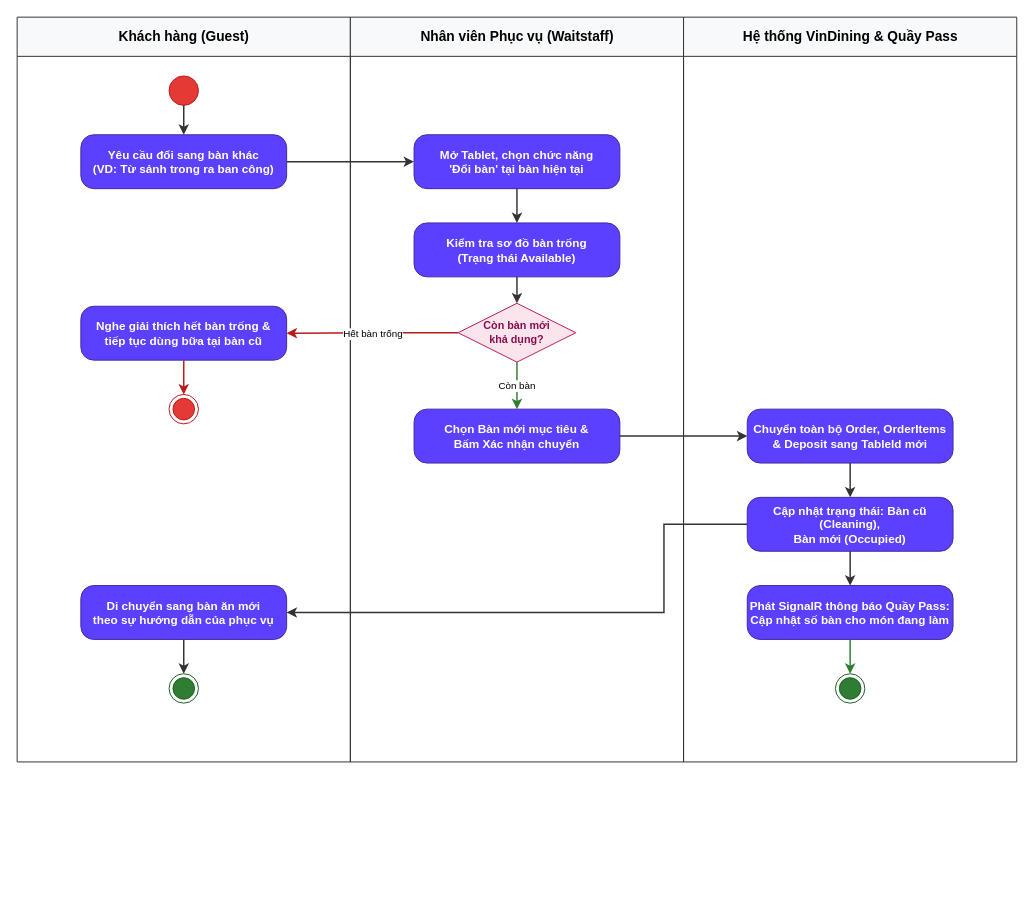
This is docs/phase1/drawio/ad07_change_table.drawio from AndrewQng/VinDining, a draw.io file, before an edit. Source tidied: cells renumbered, new cells numbered last; positions are measured from the earlier drawing's top-left corner, leaving out a move shared by most shapes. Both pictures are drawn from the tidied source at 98%, with x=0, y=0 at pixel (17, 17).
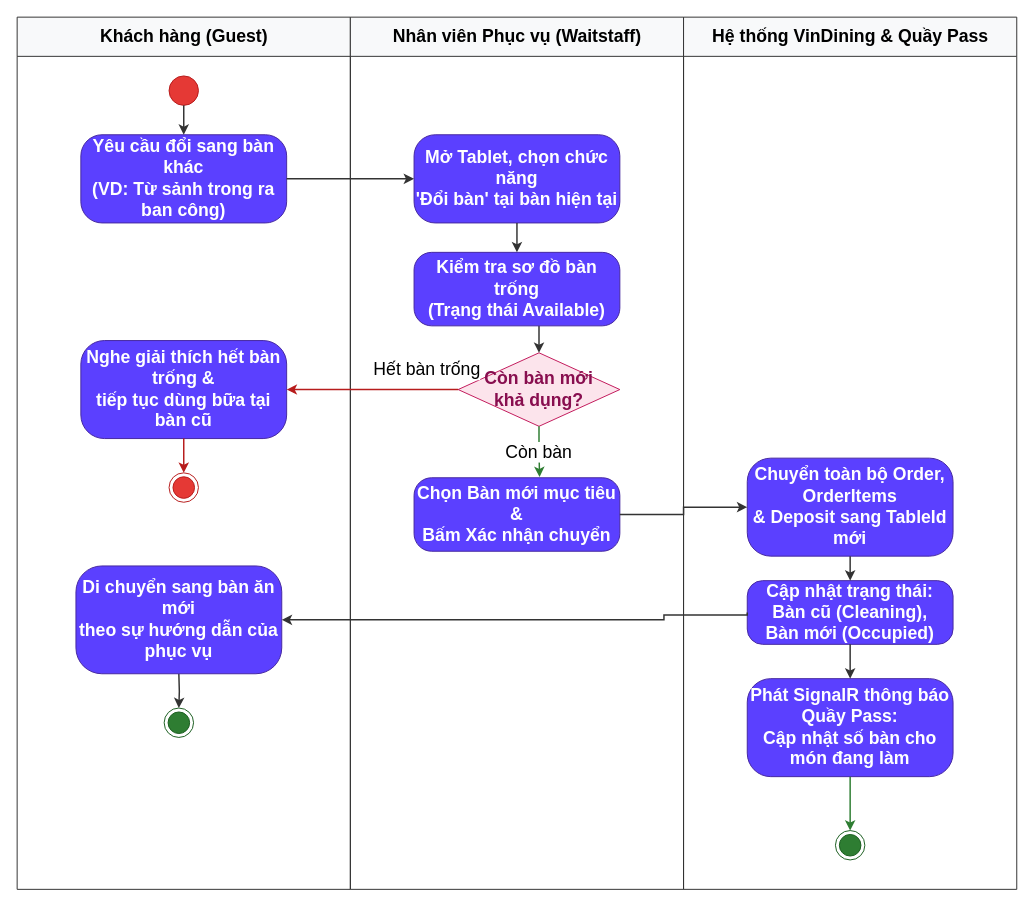
After the change.

Change to the diagram source:
```diff
@@
-    <mxCell id="2" value="Khách hàng (Guest)" style="swimlane;html=1;startSize=40;horizontal=1;fontStyle=1;fontSize=14;align=center;verticalAlign=middle;fillColor=#f8f9fa;strokeColor=#333333;swimlaneLine=1;" parent="1" vertex="1">
-      <mxGeometry width="340" height="760" as="geometry" />
+    <mxCell id="2" value="Khách hàng (Guest)" style="swimlane;html=1;startSize=40;horizontal=1;fontStyle=1;fontSize=18;align=center;verticalAlign=middle;fillColor=#f8f9fa;strokeColor=#333333;swimlaneLine=1;" parent="1" vertex="1">
+      <mxGeometry width="340" height="890" as="geometry" />
     </mxCell>
-    <mxCell id="3" style="ellipse;whiteSpace=wrap;html=1;fillColor=#e53935;strokeColor=#b71c1c;" parent="2" vertex="1">
+    <mxCell id="3" style="ellipse;whiteSpace=wrap;html=1;fillColor=#e53935;strokeColor=#b71c1c;fontSize=18;" parent="2" vertex="1">
       <mxGeometry x="155" y="60" width="30" height="30" as="geometry" />
     </mxCell>
-    <mxCell id="4" value="Yêu cầu đổi sang bàn khác&#10;(VD: Từ sảnh trong ra ban công)" style="rounded=1;arcSize=24;whiteSpace=wrap;html=1;fillColor=#5b40ff;strokeColor=#4527a0;fontColor=#ffffff;fontStyle=1;fontSize=12;align=center;verticalAlign=middle;" parent="2" vertex="1">
-      <mxGeometry x="65" y="120" width="210" height="55" as="geometry" />
+    <mxCell id="4" value="Yêu cầu đổi sang bàn khác&#10;(VD: Từ sảnh trong ra ban công)" style="rounded=1;arcSize=24;whiteSpace=wrap;html=1;fillColor=#5b40ff;strokeColor=#4527a0;fontColor=#ffffff;fontStyle=1;fontSize=18;align=center;verticalAlign=middle;" parent="2" vertex="1">
+      <mxGeometry x="65" y="120" width="210" height="90" as="geometry" />
     </mxCell>
-    <mxCell id="5" value="Nghe giải thích hết bàn trống &amp;&#10;tiếp tục dùng bữa tại bàn cũ" style="rounded=1;arcSize=24;whiteSpace=wrap;html=1;fillColor=#5b40ff;strokeColor=#4527a0;fontColor=#ffffff;fontStyle=1;fontSize=12;align=center;verticalAlign=middle;" parent="2" vertex="1">
-      <mxGeometry x="65" y="295" width="210" height="55" as="geometry" />
+    <mxCell id="5" value="Nghe giải thích hết bàn trống &amp;amp;&#10;tiếp tục dùng bữa tại bàn cũ" style="rounded=1;arcSize=24;whiteSpace=wrap;html=1;fillColor=#5b40ff;strokeColor=#4527a0;fontColor=#ffffff;fontStyle=1;fontSize=18;align=center;verticalAlign=middle;" parent="2" vertex="1">
+      <mxGeometry x="65" y="330" width="210" height="100" as="geometry" />
     </mxCell>
-    <mxCell id="6" style="ellipse;html=1;shape=endState;fillColor=#e53935;strokeColor=#b71c1c;" parent="2" vertex="1">
-      <mxGeometry x="155" y="385" width="30" height="30" as="geometry" />
+    <mxCell id="6" style="ellipse;html=1;shape=endState;fillColor=#e53935;strokeColor=#b71c1c;fontSize=18;" parent="2" vertex="1">
+      <mxGeometry x="155" y="465" width="30" height="30" as="geometry" />
     </mxCell>
+    <mxCell id="24" style="edgeStyle=orthogonalEdgeStyle;rounded=0;strokeColor=#b71c1c;strokeWidth=1.5;html=1;fontSize=18;" parent="2" edge="1" source="5" target="6">
+      <mxGeometry relative="1" as="geometry" />
+    </mxCell>
+    <mxCell id="8" style="ellipse;html=1;shape=endState;fillColor=#2e7d32;strokeColor=#1b5e20;fontSize=18;" parent="2" vertex="1">
+      <mxGeometry x="150" y="705" width="30" height="30" as="geometry" />
+    </mxCell>
+    <mxCell id="31" style="edgeStyle=orthogonalEdgeStyle;rounded=0;strokeColor=#333333;strokeWidth=1.5;html=1;fontSize=18;" parent="2" edge="1" target="8">
+      <mxGeometry relative="1" as="geometry">
+        <mxPoint x="165" y="670" as="sourcePoint" />
+      </mxGeometry>
+    </mxCell>
-    <mxCell id="7" value="Di chuyển sang bàn ăn mới&#10;theo sự hướng dẫn của phục vụ" style="rounded=1;arcSize=24;whiteSpace=wrap;html=1;fillColor=#5b40ff;strokeColor=#4527a0;fontColor=#ffffff;fontStyle=1;fontSize=12;align=center;verticalAlign=middle;" parent="2" vertex="1">
-      <mxGeometry x="65" y="580" width="210" height="55" as="geometry" />
+    <mxCell id="7" value="Di chuyển sang bàn ăn mới&#10;theo sự hướng dẫn của phục vụ" style="rounded=1;arcSize=24;whiteSpace=wrap;html=1;fillColor=#5b40ff;strokeColor=#4527a0;fontColor=#ffffff;fontStyle=1;fontSize=18;align=center;verticalAlign=middle;" parent="2" vertex="1">
+      <mxGeometry x="60" y="560" width="210" height="110" as="geometry" />
     </mxCell>
-    <mxCell id="8" style="ellipse;html=1;shape=endState;fillColor=#2e7d32;strokeColor=#1b5e20;" parent="2" vertex="1">
-      <mxGeometry x="155" y="670" width="30" height="30" as="geometry" />
-    </mxCell>
-    <mxCell id="9" value="Nhân viên Phục vụ (Waitstaff)" style="swimlane;html=1;startSize=40;horizontal=1;fontStyle=1;fontSize=14;align=center;verticalAlign=middle;fillColor=#f8f9fa;strokeColor=#333333;swimlaneLine=1;" parent="1" vertex="1">
-      <mxGeometry x="340" width="340" height="760" as="geometry" />
+    <mxCell id="9" value="Nhân viên Phục vụ (Waitstaff)" style="swimlane;html=1;startSize=40;horizontal=1;fontStyle=1;fontSize=18;align=center;verticalAlign=middle;fillColor=#f8f9fa;strokeColor=#333333;swimlaneLine=1;" parent="1" vertex="1">
+      <mxGeometry x="340" width="340" height="890" as="geometry" />
     </mxCell>
-    <mxCell id="10" value="Mở Tablet, chọn chức năng&#10;'Đổi bàn' tại bàn hiện tại" style="rounded=1;arcSize=24;whiteSpace=wrap;html=1;fillColor=#5b40ff;strokeColor=#4527a0;fontColor=#ffffff;fontStyle=1;fontSize=12;align=center;verticalAlign=middle;" parent="9" vertex="1">
-      <mxGeometry x="65" y="120" width="210" height="55" as="geometry" />
+    <mxCell id="10" value="Mở Tablet, chọn chức năng&#10;'Đổi bàn' tại bàn hiện tại" style="rounded=1;arcSize=24;whiteSpace=wrap;html=1;fillColor=#5b40ff;strokeColor=#4527a0;fontColor=#ffffff;fontStyle=1;fontSize=18;align=center;verticalAlign=middle;" parent="9" vertex="1">
+      <mxGeometry x="65" y="120" width="210" height="90" as="geometry" />
     </mxCell>
-    <mxCell id="11" value="Kiểm tra sơ đồ bàn trống&#10;(Trạng thái Available)" style="rounded=1;arcSize=24;whiteSpace=wrap;html=1;fillColor=#5b40ff;strokeColor=#4527a0;fontColor=#ffffff;fontStyle=1;fontSize=12;align=center;verticalAlign=middle;" parent="9" vertex="1">
-      <mxGeometry x="65" y="210" width="210" height="55" as="geometry" />
-    </mxCell>
-    <mxCell id="12" value="Còn bàn mới&#10;khả dụng?" style="rhombus;whiteSpace=wrap;html=1;fillColor=#fce4ec;strokeColor=#c2185b;fontColor=#880e4f;fontStyle=1;fontSize=11;align=center;verticalAlign=middle;" parent="9" vertex="1">
-      <mxGeometry x="110" y="292" width="120" height="60" as="geometry" />
+    <mxCell id="12" value="Còn bàn mới&#10;khả dụng?" style="rhombus;whiteSpace=wrap;html=1;fillColor=#fce4ec;strokeColor=#c2185b;fontColor=#880e4f;fontStyle=1;fontSize=18;align=center;verticalAlign=middle;" parent="9" vertex="1">
+      <mxGeometry x="110" y="342.5" width="165" height="75" as="geometry" />
     </mxCell>
-    <mxCell id="13" value="Chọn Bàn mới mục tiêu &amp;&#10;Bấm Xác nhận chuyển" style="rounded=1;arcSize=24;whiteSpace=wrap;html=1;fillColor=#5b40ff;strokeColor=#4527a0;fontColor=#ffffff;fontStyle=1;fontSize=12;align=center;verticalAlign=middle;" parent="9" vertex="1">
-      <mxGeometry x="65" y="400" width="210" height="55" as="geometry" />
+    <mxCell id="13" value="Chọn Bàn mới mục tiêu &amp;amp;&#10;Bấm Xác nhận chuyển" style="rounded=1;arcSize=24;whiteSpace=wrap;html=1;fillColor=#5b40ff;strokeColor=#4527a0;fontColor=#ffffff;fontStyle=1;fontSize=18;align=center;verticalAlign=middle;" parent="9" vertex="1">
+      <mxGeometry x="65" y="470" width="210" height="75" as="geometry" />
     </mxCell>
+    <mxCell id="22" style="edgeStyle=orthogonalEdgeStyle;rounded=0;strokeColor=#333333;strokeWidth=1.5;html=1;fontSize=18;" parent="9" edge="1" source="11" target="12">
+      <mxGeometry relative="1" as="geometry">
+        <Array as="points">
+          <mxPoint x="192.5" y="320" />
+          <mxPoint x="192.5" y="320" />
+        </Array>
+      </mxGeometry>
+    </mxCell>
+    <mxCell id="25" value="Còn bàn" style="edgeStyle=orthogonalEdgeStyle;rounded=0;strokeColor=#2e7d32;strokeWidth=1.5;html=1;fontSize=18;labelBackgroundColor=#ffffff;exitX=0.5;exitY=1;entryX=0.61;entryY=-0.01;entryDx=0;entryDy=0;entryPerimeter=0;" parent="9" edge="1" source="12" target="13">
+      <mxGeometry relative="1" as="geometry" />
+    </mxCell>
+    <mxCell id="11" value="Kiểm tra sơ đồ bàn trống&#10;(Trạng thái Available)" style="rounded=1;arcSize=24;whiteSpace=wrap;html=1;fillColor=#5b40ff;strokeColor=#4527a0;fontColor=#ffffff;fontStyle=1;fontSize=18;align=center;verticalAlign=middle;" parent="9" vertex="1">
+      <mxGeometry x="65" y="240" width="210" height="75" as="geometry" />
+    </mxCell>
-    <mxCell id="14" value="Hệ thống VinDining &amp; Quầy Pass" style="swimlane;html=1;startSize=40;horizontal=1;fontStyle=1;fontSize=14;align=center;verticalAlign=middle;fillColor=#f8f9fa;strokeColor=#333333;swimlaneLine=1;" parent="1" vertex="1">
-      <mxGeometry x="680" width="340" height="760" as="geometry" />
+    <mxCell id="14" value="Hệ thống VinDining &amp;amp; Quầy Pass" style="swimlane;html=1;startSize=40;horizontal=1;fontStyle=1;fontSize=18;align=center;verticalAlign=middle;fillColor=#f8f9fa;strokeColor=#333333;swimlaneLine=1;" parent="1" vertex="1">
+      <mxGeometry x="680" width="340" height="890" as="geometry" />
     </mxCell>
-    <mxCell id="15" value="Chuyển toàn bộ Order, OrderItems&#10;&amp; Deposit sang TableId mới" style="rounded=1;arcSize=24;whiteSpace=wrap;html=1;fillColor=#5b40ff;strokeColor=#4527a0;fontColor=#ffffff;fontStyle=1;fontSize=12;align=center;verticalAlign=middle;" parent="14" vertex="1">
-      <mxGeometry x="65" y="400" width="210" height="55" as="geometry" />
+    <mxCell id="15" value="Chuyển toàn bộ Order, OrderItems&#10;&amp;amp; Deposit sang TableId mới" style="rounded=1;arcSize=24;whiteSpace=wrap;html=1;fillColor=#5b40ff;strokeColor=#4527a0;fontColor=#ffffff;fontStyle=1;fontSize=18;align=center;verticalAlign=middle;" parent="14" vertex="1">
+      <mxGeometry x="65" y="450" width="210" height="100" as="geometry" />
     </mxCell>
-    <mxCell id="16" value="Cập nhật trạng thái: Bàn cũ (Cleaning),&#10;Bàn mới (Occupied)" style="rounded=1;arcSize=24;whiteSpace=wrap;html=1;fillColor=#5b40ff;strokeColor=#4527a0;fontColor=#ffffff;fontStyle=1;fontSize=12;align=center;verticalAlign=middle;" parent="14" vertex="1">
-      <mxGeometry x="65" y="490" width="210" height="55" as="geometry" />
+    <mxCell id="16" value="Cập nhật trạng thái: Bàn cũ (Cleaning),&#10;Bàn mới (Occupied)" style="rounded=1;arcSize=24;whiteSpace=wrap;html=1;fillColor=#5b40ff;strokeColor=#4527a0;fontColor=#ffffff;fontStyle=1;fontSize=18;align=center;verticalAlign=middle;" parent="14" vertex="1">
+      <mxGeometry x="65" y="575" width="210" height="65" as="geometry" />
     </mxCell>
-    <mxCell id="17" value="Phát SignalR thông báo Quầy Pass:&#10;Cập nhật số bàn cho món đang làm" style="rounded=1;arcSize=24;whiteSpace=wrap;html=1;fillColor=#5b40ff;strokeColor=#4527a0;fontColor=#ffffff;fontStyle=1;fontSize=12;align=center;verticalAlign=middle;" parent="14" vertex="1">
-      <mxGeometry x="65" y="580" width="210" height="55" as="geometry" />
+    <mxCell id="17" value="Phát SignalR thông báo Quầy Pass:&#10;Cập nhật số bàn cho món đang làm" style="rounded=1;arcSize=24;whiteSpace=wrap;html=1;fillColor=#5b40ff;strokeColor=#4527a0;fontColor=#ffffff;fontStyle=1;fontSize=18;align=center;verticalAlign=middle;" parent="14" vertex="1">
+      <mxGeometry x="65" y="675" width="210" height="100" as="geometry" />
     </mxCell>
-    <mxCell id="18" style="ellipse;html=1;shape=endState;fillColor=#2e7d32;strokeColor=#1b5e20;" parent="14" vertex="1">
-      <mxGeometry x="155" y="670" width="30" height="30" as="geometry" />
-    </mxCell>
+    <mxCell id="27" style="edgeStyle=orthogonalEdgeStyle;rounded=0;strokeColor=#333333;strokeWidth=1.5;html=1;fontSize=18;" parent="14" edge="1" source="15" target="16">
+      <mxGeometry relative="1" as="geometry" />
+    </mxCell>
+    <mxCell id="28" style="edgeStyle=orthogonalEdgeStyle;rounded=0;strokeColor=#333333;strokeWidth=1.5;html=1;fontSize=18;" parent="14" edge="1" source="16" target="17">
+      <mxGeometry relative="1" as="geometry" />
+    </mxCell>
-    <mxCell id="19" style="edgeStyle=orthogonalEdgeStyle;rounded=0;strokeColor=#333333;strokeWidth=1.5;html=1;" parent="1" edge="1" source="3" target="4">
+    <mxCell id="19" style="edgeStyle=orthogonalEdgeStyle;rounded=0;strokeColor=#333333;strokeWidth=1.5;html=1;fontSize=18;" parent="1" edge="1" source="3" target="4">
       <mxGeometry relative="1" as="geometry" />
     </mxCell>
-    <mxCell id="20" style="edgeStyle=orthogonalEdgeStyle;rounded=0;strokeColor=#333333;strokeWidth=1.5;html=1;exitX=1;exitY=0.5;entryX=0;entryY=0.5;" parent="1" edge="1" source="4" target="10">
+    <mxCell id="20" style="edgeStyle=orthogonalEdgeStyle;rounded=0;strokeColor=#333333;strokeWidth=1.5;html=1;exitX=1;exitY=0.5;entryX=0;entryY=0.5;fontSize=18;" parent="1" edge="1" source="4" target="10">
       <mxGeometry relative="1" as="geometry" />
     </mxCell>
-    <mxCell id="21" style="edgeStyle=orthogonalEdgeStyle;rounded=0;strokeColor=#333333;strokeWidth=1.5;html=1;" parent="1" edge="1" source="10" target="11">
+    <mxCell id="21" style="edgeStyle=orthogonalEdgeStyle;rounded=0;strokeColor=#333333;strokeWidth=1.5;html=1;fontSize=18;" parent="1" edge="1" source="10" target="11">
       <mxGeometry relative="1" as="geometry" />
     </mxCell>
-    <mxCell id="22" style="edgeStyle=orthogonalEdgeStyle;rounded=0;strokeColor=#333333;strokeWidth=1.5;html=1;" parent="1" edge="1" source="11" target="12">
-      <mxGeometry relative="1" as="geometry" />
-    </mxCell>
-    <mxCell id="23" value="Hết bàn trống" style="edgeStyle=orthogonalEdgeStyle;rounded=0;strokeColor=#b71c1c;strokeWidth=1.5;html=1;fontSize=10;labelBackgroundColor=#ffffff;exitX=0;exitY=0.5;entryX=1;entryY=0.5;" parent="1" edge="1" source="12" target="5">
-      <mxGeometry relative="1" as="geometry" />
+    <mxCell id="23" value="Hết bàn trống" style="edgeStyle=orthogonalEdgeStyle;rounded=0;strokeColor=#b71c1c;strokeWidth=1.5;html=1;fontSize=18;labelBackgroundColor=#ffffff;exitX=0;exitY=0.5;entryX=1;entryY=0.5;" parent="1" edge="1" source="12" target="5">
+      <mxGeometry x="-0.64" y="-20" relative="1" as="geometry" />
     </mxCell>
-    <mxCell id="24" style="edgeStyle=orthogonalEdgeStyle;rounded=0;strokeColor=#b71c1c;strokeWidth=1.5;html=1;" parent="1" edge="1" source="5" target="6">
-      <mxGeometry relative="1" as="geometry" />
-    </mxCell>
-    <mxCell id="25" value="Còn bàn" style="edgeStyle=orthogonalEdgeStyle;rounded=0;strokeColor=#2e7d32;strokeWidth=1.5;html=1;fontSize=10;labelBackgroundColor=#ffffff;exitX=0.5;exitY=1;entryX=0.5;entryY=0;" parent="1" edge="1" source="12" target="13">
-      <mxGeometry relative="1" as="geometry" />
-    </mxCell>
-    <mxCell id="26" style="edgeStyle=orthogonalEdgeStyle;rounded=0;strokeColor=#333333;strokeWidth=1.5;html=1;exitX=1;exitY=0.5;entryX=0;entryY=0.5;" parent="1" edge="1" source="13" target="15">
+    <mxCell id="26" style="edgeStyle=orthogonalEdgeStyle;rounded=0;strokeColor=#333333;strokeWidth=1.5;html=1;exitX=1;exitY=0.5;entryX=0;entryY=0.5;fontSize=18;" parent="1" edge="1" source="13" target="15">
       <mxGeometry relative="1" as="geometry" />
     </mxCell>
-    <mxCell id="27" style="edgeStyle=orthogonalEdgeStyle;rounded=0;strokeColor=#333333;strokeWidth=1.5;html=1;" parent="1" edge="1" source="15" target="16">
-      <mxGeometry relative="1" as="geometry" />
-    </mxCell>
-    <mxCell id="28" style="edgeStyle=orthogonalEdgeStyle;rounded=0;strokeColor=#333333;strokeWidth=1.5;html=1;" parent="1" edge="1" source="16" target="17">
-      <mxGeometry relative="1" as="geometry" />
-    </mxCell>
+    <mxCell id="30" style="edgeStyle=orthogonalEdgeStyle;rounded=0;strokeColor=#333333;strokeWidth=1.5;html=1;exitX=0;exitY=0.5;entryX=1;entryY=0.5;fontSize=18;" parent="1" edge="1" source="16" target="7">
+      <mxGeometry relative="1" as="geometry">
+        <Array as="points">
+          <mxPoint x="745" y="610" />
+          <mxPoint x="660" y="610" />
+          <mxPoint x="660" y="615" />
+        </Array>
+      </mxGeometry>
+    </mxCell>
+    <mxCell id="18" style="ellipse;html=1;shape=endState;fillColor=#2e7d32;strokeColor=#1b5e20;fontSize=18;" parent="1" vertex="1">
+      <mxGeometry x="835" y="830" width="30" height="30" as="geometry" />
+    </mxCell>
-    <mxCell id="29" style="edgeStyle=orthogonalEdgeStyle;rounded=0;strokeColor=#2e7d32;strokeWidth=1.5;html=1;" parent="1" edge="1" source="17" target="18">
+    <mxCell id="29" style="edgeStyle=orthogonalEdgeStyle;rounded=0;strokeColor=#2e7d32;strokeWidth=1.5;html=1;fontSize=18;" parent="1" edge="1" source="17" target="18">
       <mxGeometry relative="1" as="geometry" />
     </mxCell>
-    <mxCell id="30" style="edgeStyle=orthogonalEdgeStyle;rounded=0;strokeColor=#333333;strokeWidth=1.5;html=1;exitX=0;exitY=0.5;entryX=1;entryY=0.5;" parent="1" edge="1" source="16" target="7">
-      <mxGeometry relative="1" as="geometry">
-        <Array as="points">
-          <mxPoint x="660" y="517" />
-          <mxPoint x="660" y="607" />
-        </Array>
-      </mxGeometry>
-    </mxCell>
-    <mxCell id="31" style="edgeStyle=orthogonalEdgeStyle;rounded=0;strokeColor=#333333;strokeWidth=1.5;html=1;" parent="1" edge="1" source="7" target="8">
-      <mxGeometry relative="1" as="geometry" />
-    </mxCell>
```
